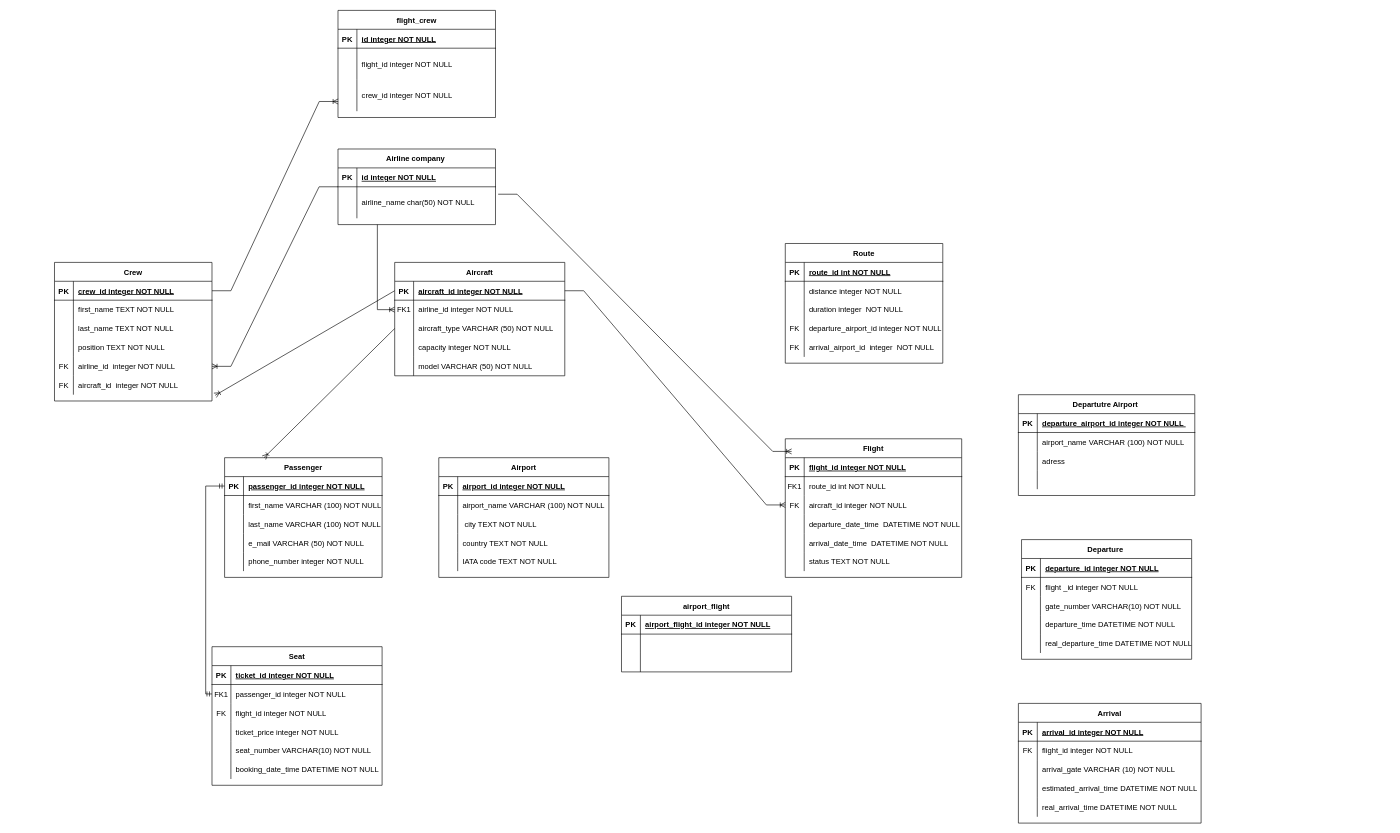
Before: model_conceptual.drawio in vladmagosin/examen_sem_1_db, a draw.io diagram. Source tidied: cells renumbered, new cells numbered last; positions are measured from the earlier drawing's top-left corner, leaving out a move shared by most shapes. Both pictures are drawn from the tidied source at 63%, with x=0, y=0 at pixel (54, 10).
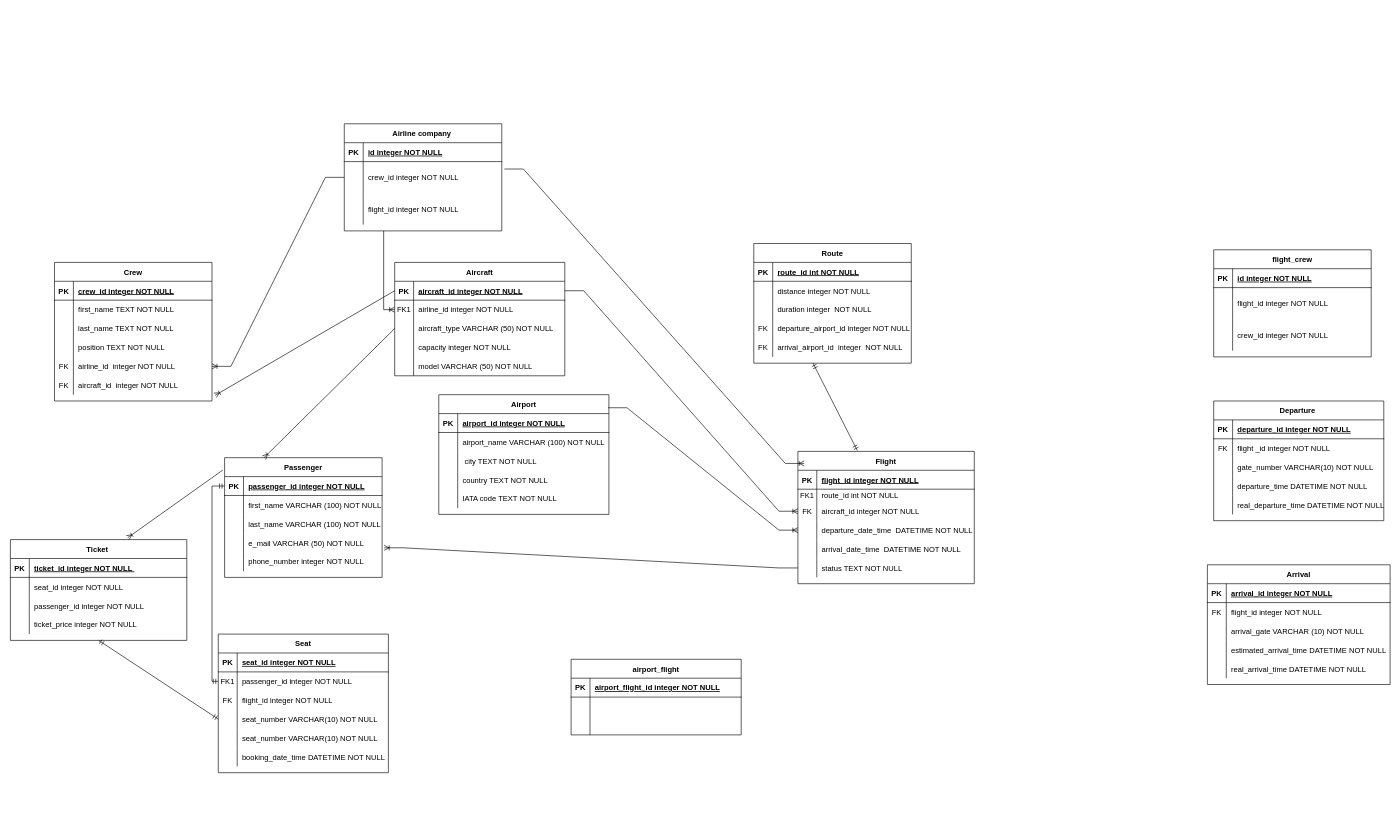
The same page after the edit.

Unchanged cells that the change refers to:
```xml
<mxCell id="18" value="Passenger" style="shape=table;startSize=30;childLayout=tableLayout;rowLines=0;fontStyle=1;align=center;" parent="1" vertex="1">
  <mxGeometry x="270" y="710" width="250" height="190" as="geometry" />
</mxCell>
<mxCell id="31" style="shape=partialRectangle;fillColor=none;points=[[0,0.5],[1,0.5]];portConstraint=eastwest;top=0;left=0;right=0;bottom=0;" parent="18" vertex="1">
  <mxGeometry y="150" width="250" height="30" as="geometry" />
</mxCell>
<mxCell id="38" style="shape=partialRectangle;fillColor=none;points=[[0,0.5],[1,0.5]];portConstraint=eastwest;top=0;left=0;right=0;bottom=0;" parent="34" vertex="1">
  <mxGeometry y="60" width="250" height="50" as="geometry" />
</mxCell>
<mxCell id="61" style="shape=partialRectangle;fillColor=none;points=[[0,0.5],[1,0.5]];portConstraint=eastwest;top=0;left=0;right=0;bottom=1;" parent="60" vertex="1">
  <mxGeometry y="30" width="250" height="30" as="geometry" />
</mxCell>
<mxCell id="112" style="shape=partialRectangle;fillColor=none;top=0;left=0;right=0;bottom=1;" parent="111" vertex="1">
  <mxGeometry y="30" width="270" height="30" as="geometry" />
</mxCell>
<mxCell id="121" style="shape=partialRectangle;fillColor=none;points=[[0,0.5],[1,0.5]];portConstraint=eastwest;top=0;left=0;right=0;bottom=0;" parent="111" vertex="1">
  <mxGeometry y="120" width="270" height="30" as="geometry" />
</mxCell>
<mxCell id="178" style="shape=partialRectangle;fillColor=none;top=0;left=0;right=0;bottom=1;" parent="177" vertex="1">
  <mxGeometry y="30" width="280" height="30" as="geometry" />
</mxCell>
<mxCell id="181" style="shape=partialRectangle;fillColor=none;top=0;left=0;right=0;bottom=0;" parent="177" vertex="1">
  <mxGeometry y="60" width="280" height="30" as="geometry" />
</mxCell>
<mxCell id="184" style="shape=partialRectangle;fillColor=none;top=0;left=0;right=0;bottom=0;" parent="177" vertex="1">
  <mxGeometry y="90" width="280" height="30" as="geometry" />
</mxCell>
<mxCell id="187" style="shape=partialRectangle;fillColor=none;top=0;left=0;right=0;bottom=0;" parent="177" vertex="1">
  <mxGeometry y="120" width="280" height="30" as="geometry" />
</mxCell>
<mxCell id="198" style="shape=partialRectangle;fillColor=none;points=[[0,0.5],[1,0.5]];portConstraint=eastwest;top=0;left=0;right=0;bottom=0;" parent="191" vertex="1">
  <mxGeometry y="110" width="250" height="50" as="geometry" />
</mxCell>
```

Change to the diagram source:
```diff
@@
     <mxCell id="34" value="Airline company " style="shape=table;startSize=30;childLayout=tableLayout;rowLines=0;fontStyle=1;align=center;" parent="1" vertex="1">
-      <mxGeometry x="450" y="220" width="250" height="120" as="geometry" />
+      <mxGeometry x="460" y="180" width="250" height="170" as="geometry" />
     </mxCell>
@@
-    <mxCell id="40" value="airline_name char(50) NOT NULL" style="shape=partialRectangle;overflow=hidden;fillColor=none;top=0;left=0;bottom=0;right=0;align=left;spacingLeft=6;" parent="38" vertex="1">
+    <mxCell id="40" value="crew_id integer NOT NULL " style="shape=partialRectangle;overflow=hidden;fillColor=none;top=0;left=0;bottom=0;right=0;align=left;spacingLeft=6;" parent="38" vertex="1">
       <mxGeometry x="30" width="220" height="50" as="geometry" />
     </mxCell>
+    <mxCell id="203" style="shape=partialRectangle;fillColor=none;top=0;left=0;right=0;bottom=0;" parent="34" vertex="1">
+      <mxGeometry y="110" width="250" height="50" as="geometry" />
+    </mxCell>
+    <mxCell id="204" style="shape=partialRectangle;overflow=hidden;fillColor=none;top=0;left=0;bottom=0;right=0;" parent="203" vertex="1">
+      <mxGeometry width="30" height="50" as="geometry" />
+    </mxCell>
+    <mxCell id="205" value="flight_id integer NOT NULL " style="shape=partialRectangle;overflow=hidden;fillColor=none;top=0;left=0;bottom=0;right=0;align=left;spacingLeft=6;" parent="203" vertex="1">
+      <mxGeometry x="30" width="220" height="50" as="geometry" />
+    </mxCell>
     <mxCell id="41" value="Flight" style="shape=table;startSize=30;childLayout=tableLayout;rowLines=0;fontStyle=1;align=center;" parent="1" vertex="1">
-      <mxGeometry x="1160" y="680" width="280" height="220" as="geometry" />
+      <mxGeometry x="1180" y="700" width="280" height="210" as="geometry" />
     </mxCell>
@@
     <mxCell id="45" style="shape=partialRectangle;fillColor=none;top=0;left=0;right=0;bottom=0;" parent="41" vertex="1">
-      <mxGeometry y="60" width="280" height="30" as="geometry" />
+      <mxGeometry y="60" width="280" height="20" as="geometry" />
     </mxCell>
     <mxCell id="46" value="FK1" style="shape=partialRectangle;overflow=hidden;fillColor=none;top=0;left=0;bottom=0;right=0;" parent="45" vertex="1">
-      <mxGeometry width="30" height="30" as="geometry" />
+      <mxGeometry width="30" height="20" as="geometry" />
     </mxCell>
     <mxCell id="47" value="route_id int NOT NULL" style="shape=partialRectangle;overflow=hidden;fillColor=none;top=0;left=0;bottom=0;right=0;align=left;spacingLeft=6;" parent="45" vertex="1">
-      <mxGeometry x="30" width="250" height="30" as="geometry" />
+      <mxGeometry x="30" width="250" height="20" as="geometry" />
     </mxCell>
     <mxCell id="48" style="shape=partialRectangle;fillColor=none;points=[[0,0.5],[1,0.5]];portConstraint=eastwest;top=0;left=0;right=0;bottom=0;" parent="41" vertex="1">
-      <mxGeometry y="90" width="280" height="30" as="geometry" />
+      <mxGeometry y="80" width="280" height="30" as="geometry" />
     </mxCell>
@@
     <mxCell id="51" style="shape=partialRectangle;fillColor=none;points=[[0,0.5],[1,0.5]];portConstraint=eastwest;top=0;left=0;right=0;bottom=0;" parent="41" vertex="1">
-      <mxGeometry y="120" width="280" height="30" as="geometry" />
+      <mxGeometry y="110" width="280" height="30" as="geometry" />
     </mxCell>
@@
     <mxCell id="54" style="shape=partialRectangle;fillColor=none;top=0;left=0;right=0;bottom=0;" parent="41" vertex="1">
-      <mxGeometry y="150" width="280" height="30" as="geometry" />
+      <mxGeometry y="140" width="280" height="30" as="geometry" />
     </mxCell>
@@
     <mxCell id="57" style="shape=partialRectangle;fillColor=none;points=[[0,0.5],[1,0.5]];portConstraint=eastwest;top=0;left=0;right=0;bottom=0;" parent="41" vertex="1">
-      <mxGeometry y="180" width="280" height="30" as="geometry" />
+      <mxGeometry y="170" width="280" height="30" as="geometry" />
     </mxCell>
@@
     <mxCell id="79" value="Route" style="shape=table;startSize=30;childLayout=tableLayout;rowLines=0;fontStyle=1;align=center;" parent="1" vertex="1">
-      <mxGeometry x="1160" y="370" width="250" height="190" as="geometry" />
+      <mxGeometry x="1110" y="370" width="250" height="190" as="geometry" />
     </mxCell>
@@
     <mxCell id="95" value="Airport" style="shape=table;startSize=30;childLayout=tableLayout;rowLines=0;fontStyle=1;align=center;" parent="1" vertex="1">
-      <mxGeometry x="610" y="710" width="270" height="190" as="geometry" />
+      <mxGeometry x="610" y="610" width="270" height="190" as="geometry" />
     </mxCell>
@@
     <mxCell id="111" value="Seat" style="shape=table;startSize=30;childLayout=tableLayout;rowLines=0;fontStyle=1;align=center;" parent="1" vertex="1">
-      <mxGeometry x="250" y="1010" width="270" height="220" as="geometry" />
+      <mxGeometry x="260" y="990" width="270" height="220" as="geometry" />
     </mxCell>
@@
-    <mxCell id="114" value="ticket_id integer NOT NULL " style="shape=partialRectangle;overflow=hidden;fillColor=none;top=0;left=0;bottom=0;right=0;align=left;spacingLeft=6;fontStyle=5;" parent="112" vertex="1">
+    <mxCell id="114" value="seat_id integer NOT NULL " style="shape=partialRectangle;overflow=hidden;fillColor=none;top=0;left=0;bottom=0;right=0;align=left;spacingLeft=6;fontStyle=5;" parent="112" vertex="1">
       <mxGeometry x="30" width="240" height="30" as="geometry" />
     </mxCell>
@@
-    <mxCell id="123" value="ticket_price integer NOT NULL" style="shape=partialRectangle;overflow=hidden;fillColor=none;top=0;left=0;bottom=0;right=0;align=left;spacingLeft=6;" parent="121" vertex="1">
+    <mxCell id="123" value="seat_number VARCHAR(10) NOT NULL" style="shape=partialRectangle;overflow=hidden;fillColor=none;top=0;left=0;bottom=0;right=0;align=left;spacingLeft=6;" parent="121" vertex="1">
       <mxGeometry x="30" width="240" height="30" as="geometry" />
     </mxCell>
@@
     <mxCell id="130" value="Departure " style="shape=table;startSize=30;childLayout=tableLayout;rowLines=0;fontStyle=1;align=center;" parent="1" vertex="1">
-      <mxGeometry x="1535" y="840" width="270" height="190" as="geometry" />
+      <mxGeometry x="1840" y="620" width="270" height="190" as="geometry" />
     </mxCell>
@@
     <mxCell id="146" value="Arrival" style="shape=table;startSize=30;childLayout=tableLayout;rowLines=0;fontStyle=1;align=center;" parent="1" vertex="1">
-      <mxGeometry x="1530" y="1100" width="290" height="190" as="geometry" />
+      <mxGeometry x="1830" y="880" width="290" height="190" as="geometry" />
     </mxCell>
@@
     <mxCell id="167" value="airport_flight" style="shape=table;startSize=30;childLayout=tableLayout;rowLines=0;fontStyle=1;align=center;" parent="1" vertex="1">
-      <mxGeometry x="900" y="930" width="270" height="120" as="geometry" />
+      <mxGeometry x="820" y="1030" width="270" height="120" as="geometry" />
     </mxCell>
@@
-    <mxCell id="177" value="Departutre Airport " style="shape=table;startSize=30;childLayout=tableLayout;rowLines=0;fontStyle=1;align=center;" parent="1" vertex="1">
-      <mxGeometry x="1530" y="610" width="280" height="160" as="geometry" />
+    <mxCell id="177" value="Ticket " style="shape=table;startSize=30;childLayout=tableLayout;rowLines=0;fontStyle=1;align=center;" parent="1" vertex="1">
+      <mxGeometry x="-70" y="840" width="280" height="160" as="geometry" />
     </mxCell>
@@
-    <mxCell id="180" value="departure_airport_id integer NOT NULL " style="shape=partialRectangle;overflow=hidden;fillColor=none;top=0;left=0;bottom=0;right=0;align=left;spacingLeft=6;fontStyle=5;" parent="178" vertex="1">
+    <mxCell id="180" value="ticket_id integer NOT NULL " style="shape=partialRectangle;overflow=hidden;fillColor=none;top=0;left=0;bottom=0;right=0;align=left;spacingLeft=6;fontStyle=5;" parent="178" vertex="1">
       <mxGeometry x="30" width="250" height="30" as="geometry" />
     </mxCell>
@@
-    <mxCell id="183" value="airport_name VARCHAR (100) NOT NULL" style="shape=partialRectangle;overflow=hidden;fillColor=none;top=0;left=0;bottom=0;right=0;align=left;spacingLeft=6;" parent="181" vertex="1">
+    <mxCell id="183" value="seat_id integer NOT NULL" style="shape=partialRectangle;overflow=hidden;fillColor=none;top=0;left=0;bottom=0;right=0;align=left;spacingLeft=6;" parent="181" vertex="1">
       <mxGeometry x="30" width="250" height="30" as="geometry" />
     </mxCell>
@@
-    <mxCell id="186" value="adress" style="shape=partialRectangle;overflow=hidden;fillColor=none;top=0;left=0;bottom=0;right=0;align=left;spacingLeft=6;" parent="184" vertex="1">
+    <mxCell id="186" value="passenger_id integer NOT NULL " style="shape=partialRectangle;overflow=hidden;fillColor=none;top=0;left=0;bottom=0;right=0;align=left;spacingLeft=6;" parent="184" vertex="1">
       <mxGeometry x="30" width="250" height="30" as="geometry" />
     </mxCell>
@@
-    <mxCell id="189" style="shape=partialRectangle;overflow=hidden;fillColor=none;top=0;left=0;bottom=0;right=0;align=left;spacingLeft=6;" parent="187" vertex="1">
+    <mxCell id="189" value="ticket_price integer NOT NULL" style="shape=partialRectangle;overflow=hidden;fillColor=none;top=0;left=0;bottom=0;right=0;align=left;spacingLeft=6;" parent="187" vertex="1">
       <mxGeometry x="30" width="250" height="30" as="geometry" />
     </mxCell>
@@
     <mxCell id="191" value="flight_crew" style="shape=table;startSize=30;childLayout=tableLayout;rowLines=0;fontStyle=1;align=center;" parent="1" vertex="1">
-      <mxGeometry x="450" width="250" height="170" as="geometry" />
+      <mxGeometry x="1840" y="380" width="250" height="170" as="geometry" />
     </mxCell>
@@
-    <mxCell id="201" style="edgeStyle=entityRelationEdgeStyle;fontSize=12;html=1;endArrow=ERoneToMany;rounded=0;exitX=1;exitY=0.5;exitDx=0;exitDy=0;entryX=0.001;entryY=0.692;entryDx=0;entryDy=0;entryPerimeter=0;" parent="1" edge="1" source="61" target="198">
-      <mxGeometry relative="1" as="geometry" />
-    </mxCell>
@@
+    <mxCell id="206" style="edgeStyle=entityRelationEdgeStyle;fontSize=12;html=1;endArrow=ERoneToMany;rounded=0;exitX=0.995;exitY=0.109;exitDx=0;exitDy=0;exitPerimeter=0;entryX=0;entryY=0.5;entryDx=0;entryDy=0;" parent="1" edge="1" source="95" target="51">
+      <mxGeometry relative="1" as="geometry">
+        <Array as="points">
+          <mxPoint x="1100" y="805" />
+        </Array>
+      </mxGeometry>
+    </mxCell>
+    <mxCell id="207" style="fontSize=12;html=1;endArrow=ERoneToMany;rounded=0;exitX=-0.011;exitY=0.103;exitDx=0;exitDy=0;exitPerimeter=0;entryX=0.665;entryY=-0.019;entryDx=0;entryDy=0;entryPerimeter=0;" parent="1" edge="1" source="18" target="177">
+      <mxGeometry relative="1" as="geometry" />
+    </mxCell>
+    <mxCell id="208" style="fontSize=12;html=1;endArrow=ERmandOne;startArrow=ERmandOne;rounded=0;entryX=0;entryY=0.5;entryDx=0;entryDy=0;exitX=0.5;exitY=1;exitDx=0;exitDy=0;" parent="1" edge="1" source="177" target="121">
+      <mxGeometry relative="1" as="geometry" />
+    </mxCell>
+    <mxCell id="209" style="fontSize=12;html=1;endArrow=ERmandOne;startArrow=ERmandOne;rounded=0;exitX=0.337;exitY=-0.006;exitDx=0;exitDy=0;exitPerimeter=0;" parent="1" edge="1" source="41">
+      <mxGeometry relative="1" as="geometry">
+        <mxPoint x="1204" y="560" as="targetPoint" />
+      </mxGeometry>
+    </mxCell>
+    <mxCell id="210" style="edgeStyle=entityRelationEdgeStyle;fontSize=12;html=1;endArrow=ERoneToMany;rounded=0;entryX=1.013;entryY=-0.233;entryDx=0;entryDy=0;entryPerimeter=0;exitX=0;exitY=0.5;exitDx=0;exitDy=0;" parent="1" edge="1" source="57" target="31">
+      <mxGeometry relative="1" as="geometry" />
+    </mxCell>
```
